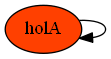
Before: practica1Scrabble/build/classes/reportes/usuarios.png, a diagram exported from Graphviz (Toto95/Practica1s12017_201408515). Its source is kept beside it as practica1Scrabble/usuarios.dot.
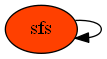
The same file after the commit.

Diff of the diagram source:
```diff
@@ -1,5 +1,5 @@
 digraph B{
-nodo1760039730 -> nodo1760039730
-{rank = same; nodo1760039730 nodo1760039730}
-nodo1760039730[label="holA",style=filled, fillcolor="#FF4000"]
+nodo894312211 -> nodo894312211
+{rank = same; nodo894312211 nodo894312211}
+nodo894312211[label="sfs",style=filled, fillcolor="#FF4000"]
 }
```
